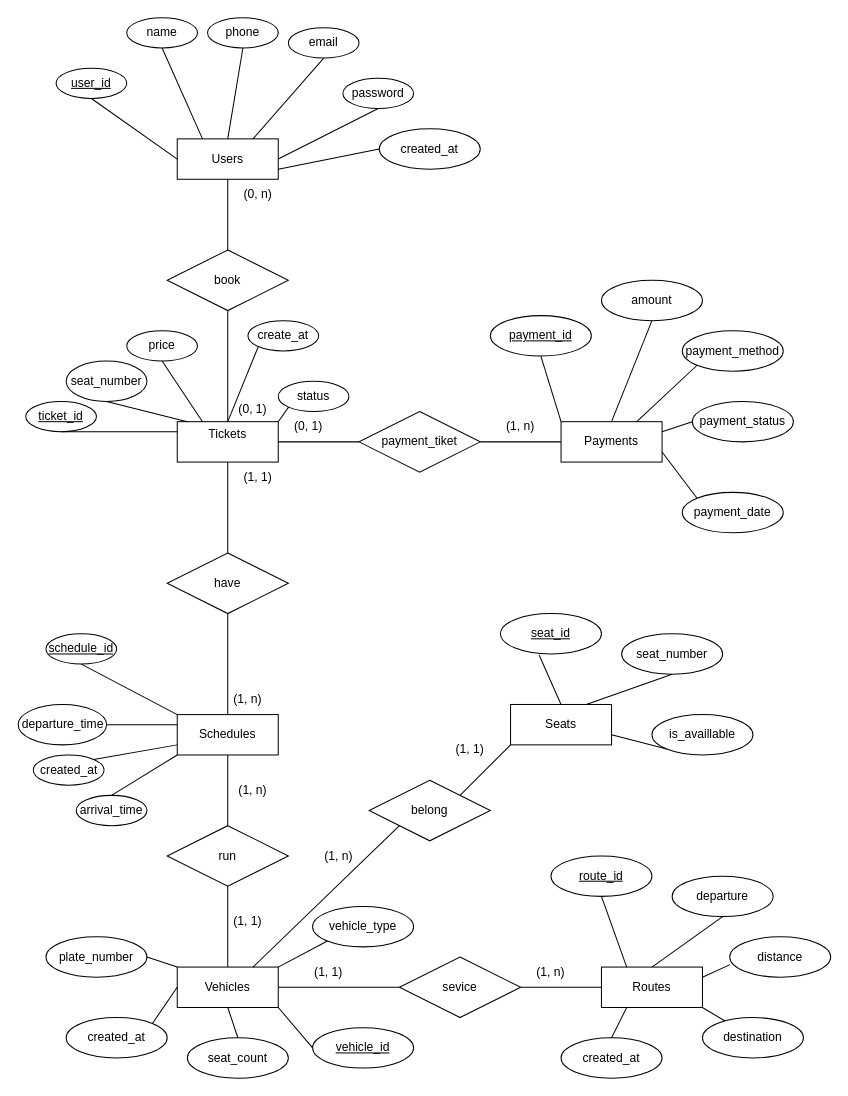
Earlier version of the draw.io diagram Untitled Diagram.drawio (TrinhHoa-23520508/class-diagram). Source tidied: cells renumbered, new cells numbered last; positions are measured from the earlier drawing's top-left corner, leaving out a move shared by most shapes. Both pictures are drawn from the tidied source at 101%, with x=0, y=0 at pixel (17, 17).
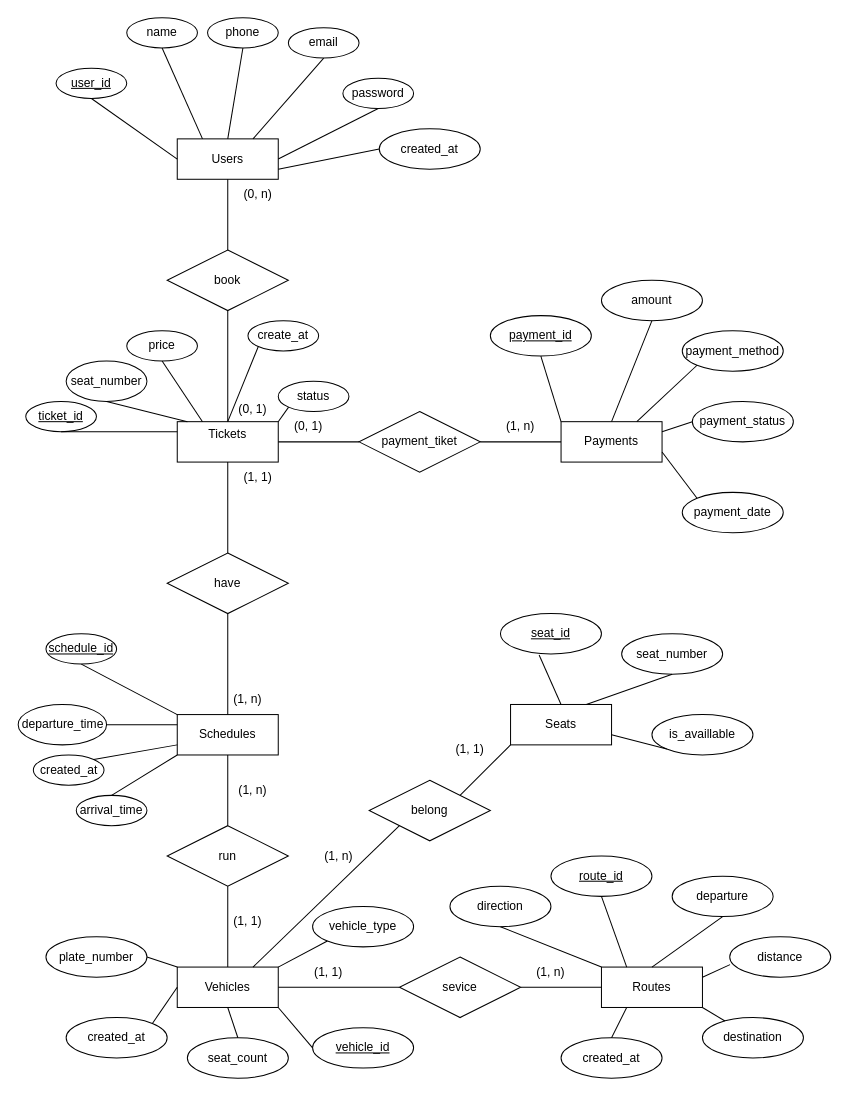
The same page after the edit.

The change refers to these unchanged cells:
```xml
<mxCell id="3" value="Routes" style="whiteSpace=wrap;html=1;align=center;" parent="1" vertex="1">
  <mxGeometry x="578" y="940" width="100" height="40" as="geometry" />
</mxCell>
```

Diff of the diagram source:
```diff
@@
+    <mxCell id="105" value="direction" style="ellipse;whiteSpace=wrap;html=1;align=center;" parent="1" vertex="1">
+      <mxGeometry x="428" y="860" width="100" height="40" as="geometry" />
+    </mxCell>
+    <mxCell id="106" style="endArrow=none;html=1;rounded=0;entryX=0;entryY=0;entryDx=0;entryDy=0;exitX=0.5;exitY=1;exitDx=0;exitDy=0;" parent="1" edge="1" source="105" target="3">
+      <mxGeometry relative="1" as="geometry" />
+    </mxCell>
```
